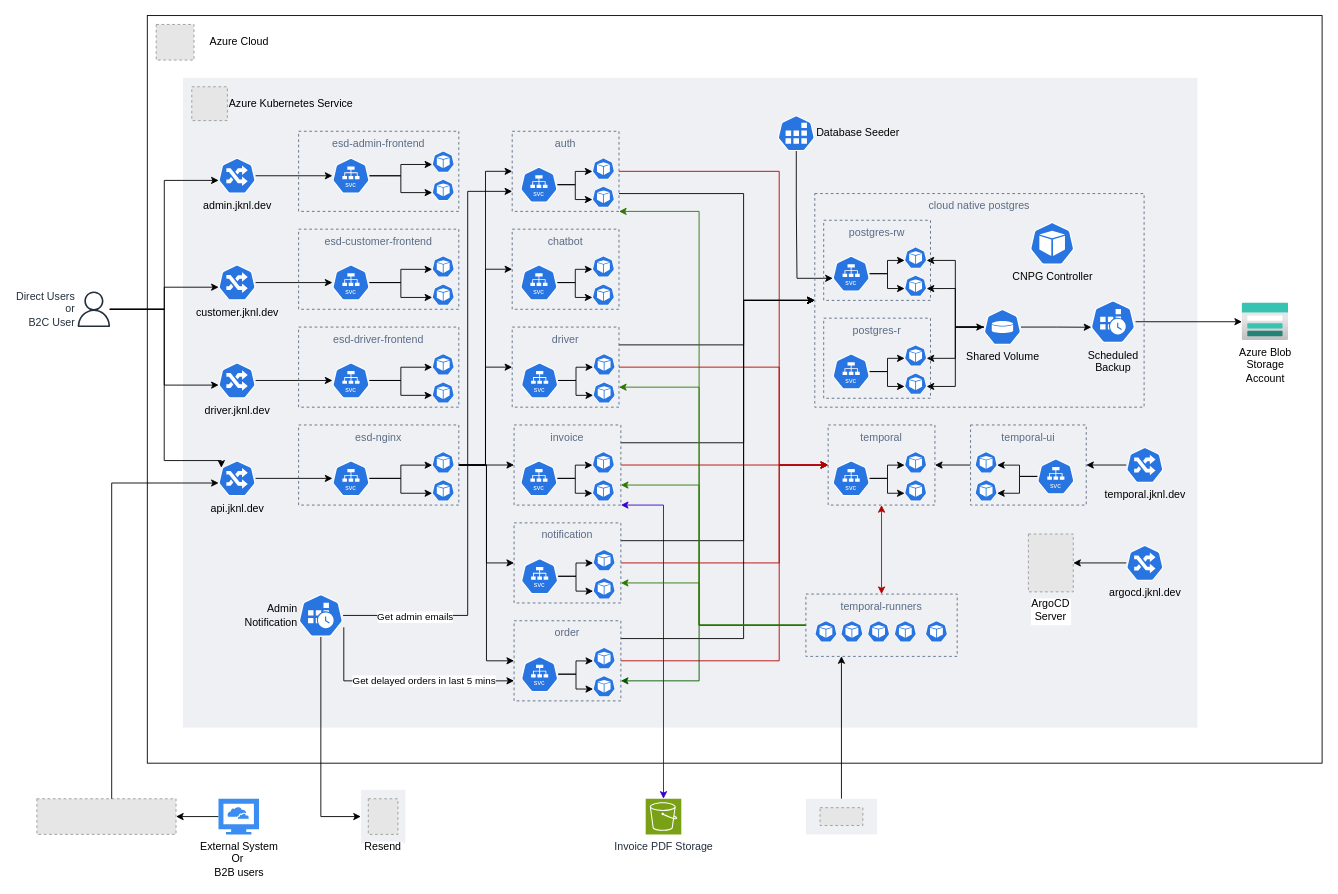
Above: diagrams/kubernetes.drawio in darkliyznyanlin910/esd-2425T2 (draw.io), before the change. Source tidied: cells renumbered, new cells numbered last; positions are measured from the earlier drawing's top-left corner, leaving out a move shared by most shapes. Both pictures are drawn from the tidied source at 89%, with x=0, y=0 at pixel (36, 15). Pictures stored in the file or linked from it are replaced by grey dashed boxes.
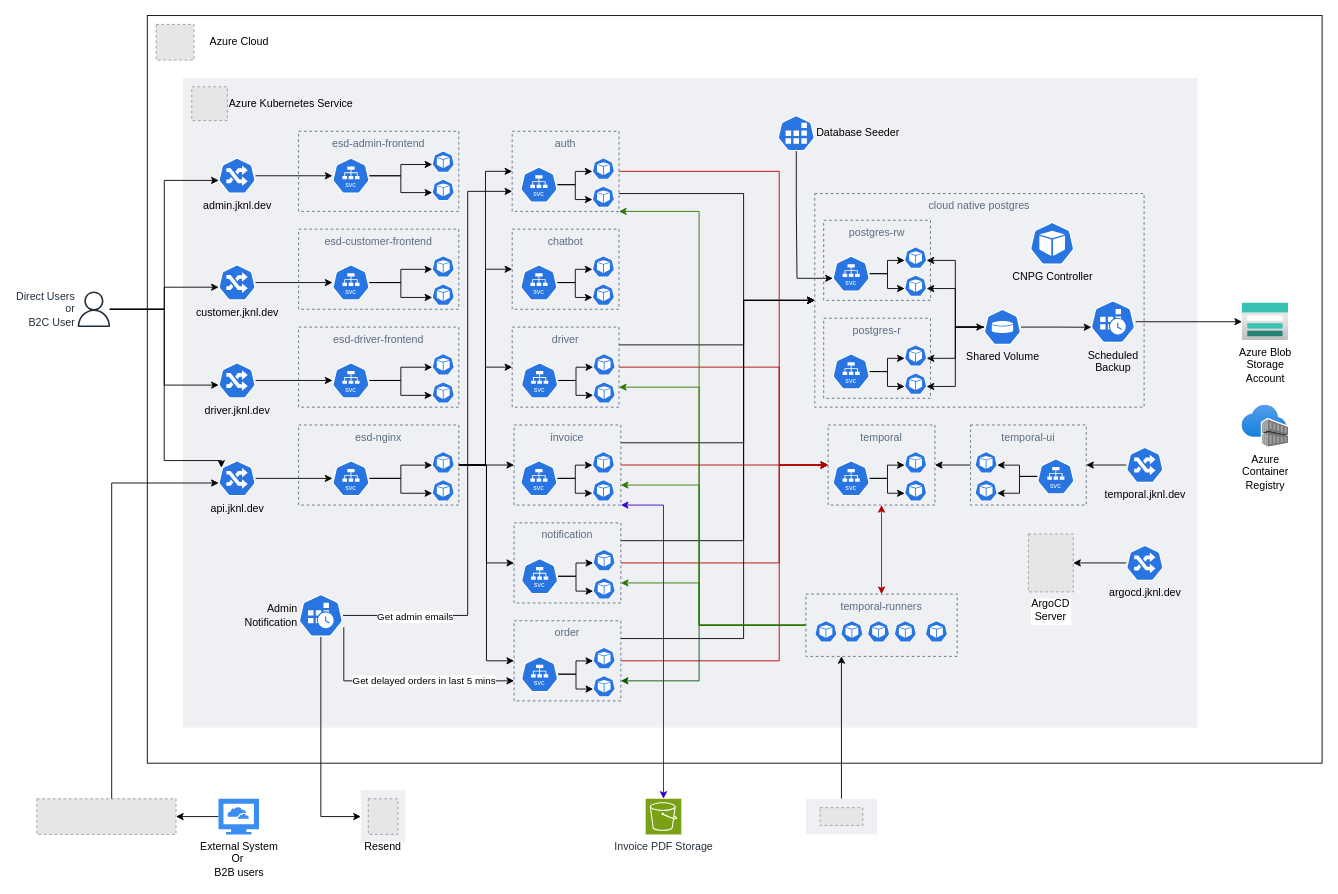
The same page after the edit.

Change to the diagram source:
```diff
@@
+    <mxCell id="195" value="Azure&lt;div&gt;Container&lt;/div&gt;&lt;div&gt;Registry&lt;/div&gt;" style="image;html=1;align=center;fontSize=12;image=img/lib/azure2/containers/Container_Registries.svg;" parent="22" vertex="1">
+      <mxGeometry x="1354" y="437.9" width="52.5" height="47.1" as="geometry" />
+    </mxCell>
```
